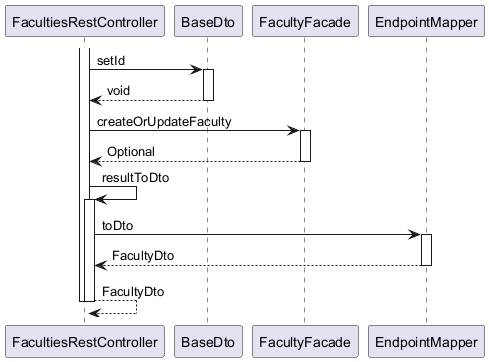
OlegSopilnyak/school-demo keeps this PlantUML diagram as ingress/documentation/html/images/Organization.Faculty.create.puml.png.png. Above is the earlier version.
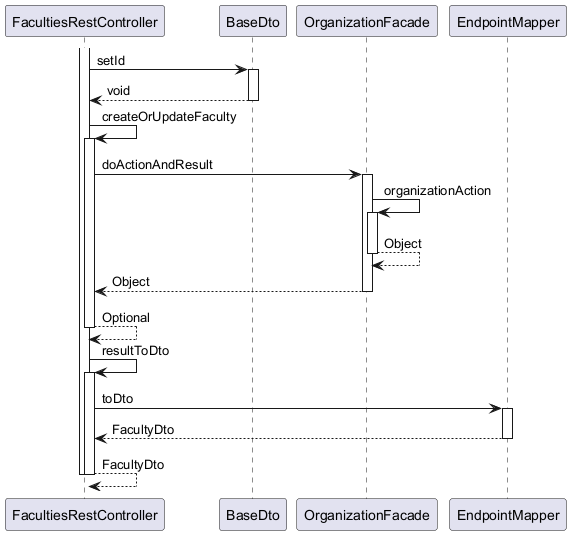
After the commit.

The edit, as a diff of the source:
```diff
@@ -2,7 +2,7 @@
 
 participant FacultiesRestController
 participant BaseDto
-participant FacultyFacade
+participant OrganizationFacade
 participant EndpointMapper
 
 activate FacultiesRestController
@@ -10,10 +10,18 @@
 	activate BaseDto
 		BaseDto --> FacultiesRestController : void
 	deactivate BaseDto
-	FacultiesRestController -> FacultyFacade : createOrUpdateFaculty
-	activate FacultyFacade
-		FacultyFacade --> FacultiesRestController : Optional
-	deactivate FacultyFacade
+	FacultiesRestController -> FacultiesRestController : createOrUpdateFaculty
+	activate FacultiesRestController
+		FacultiesRestController -> OrganizationFacade : doActionAndResult
+		activate OrganizationFacade
+			OrganizationFacade -> OrganizationFacade : organizationAction
+			activate OrganizationFacade
+				OrganizationFacade --> OrganizationFacade : Object
+			deactivate OrganizationFacade
+			OrganizationFacade --> FacultiesRestController : Object
+		deactivate OrganizationFacade
+		FacultiesRestController --> FacultiesRestController : Optional
+	deactivate FacultiesRestController
 	FacultiesRestController -> FacultiesRestController : resultToDto
 	activate FacultiesRestController
 		FacultiesRestController -> EndpointMapper : toDto
```
